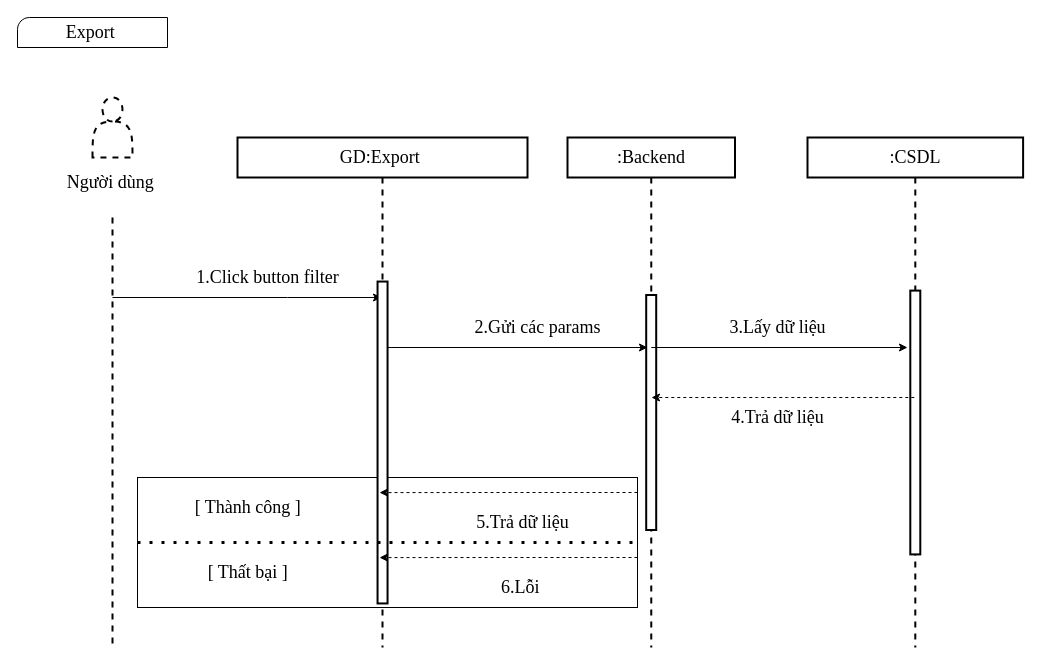
The draw.io diagram page "Page-4" (3 of 3) of FlowInf.drawio in LongLiee/FlowChart-UpWork, before the edit. Source tidied: cells renumbered, new cells numbered last; positions are measured from the earlier drawing's top-left corner, leaving out a move shared by most shapes. Both pictures are drawn from the tidied source at 100%, with x=0, y=0 at pixel (17, 17).
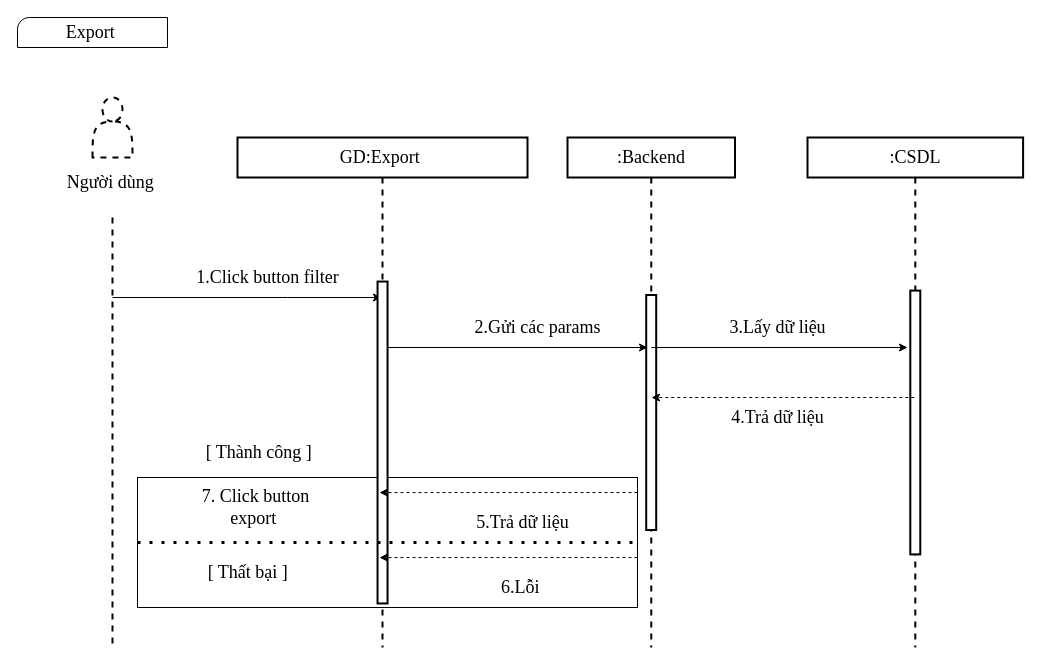
Above is the later version.

The change refers to these unchanged cells:
```xml
<mxCell id="18" value="GD:Export&amp;nbsp;" style="shape=umlLifeline;perimeter=lifelinePerimeter;whiteSpace=wrap;html=1;outlineConnect=0;labelBackgroundColor=default;fontFamily=Times New Roman;fontSize=18;fontColor=default;strokeColor=default;strokeWidth=2;fillColor=default;" parent="1" vertex="1">
  <mxGeometry x="220" y="120" width="290" height="510" as="geometry" />
</mxCell>
```

Diff of the diagram source:
```diff
@@
     <mxCell id="26" value="[ Thành công ]&amp;nbsp;" style="text;html=1;strokeColor=none;fillColor=none;align=center;verticalAlign=middle;whiteSpace=wrap;rounded=0;labelBackgroundColor=default;fontFamily=Times New Roman;fontSize=18;fontColor=default;" parent="18" vertex="1">
-      <mxGeometry x="-50" y="355" width="126" height="30" as="geometry" />
+      <mxGeometry x="-39" y="300" width="126" height="30" as="geometry" />
     </mxCell>
@@
+    <mxCell id="28" value="7. Click button export&amp;nbsp;" style="text;html=1;strokeColor=none;fillColor=none;align=center;verticalAlign=middle;whiteSpace=wrap;rounded=0;labelBackgroundColor=default;fontFamily=Times New Roman;fontSize=18;fontColor=default;" parent="18" vertex="1">
+      <mxGeometry x="-50" y="355" width="137" height="30" as="geometry" />
+    </mxCell>
```
